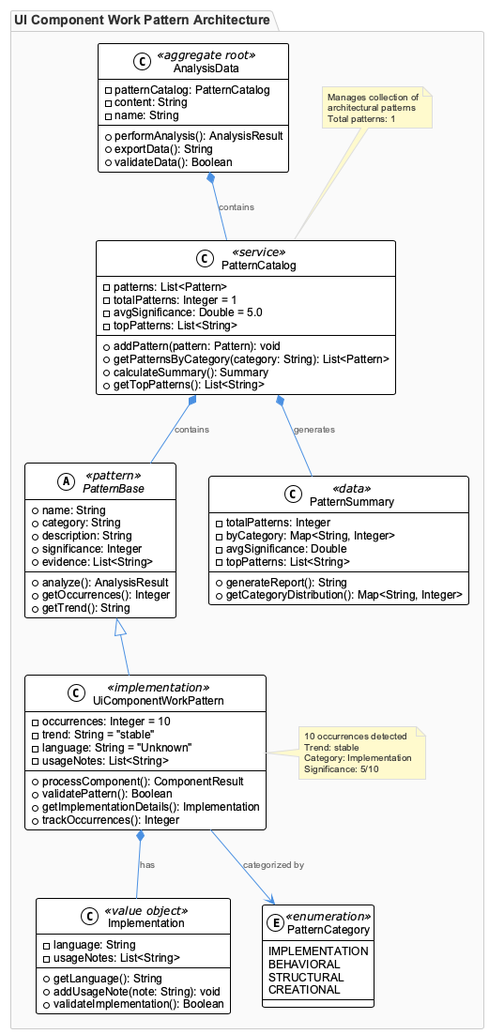
Before: knowledge-management/insights/images/ui-component-work-pattern-class.png, a diagram exported from PlantUML (fwornle/coding).
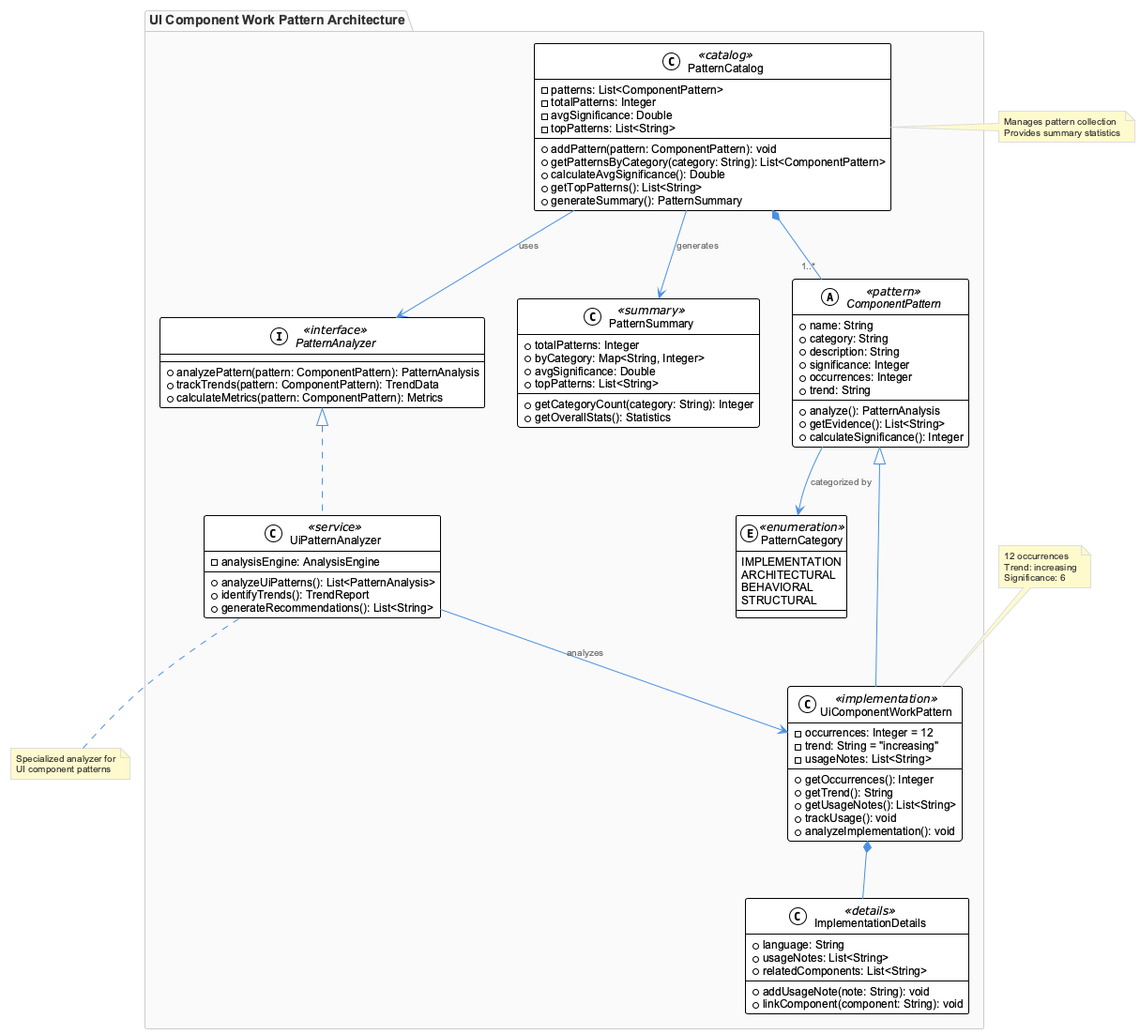
The same diagram one commit later.

The edit, as a diff of the source:
```diff
@@ -3,96 +3,96 @@
 
 package "UI Component Work Pattern Architecture" {
 
-    abstract class PatternBase <<pattern>> {
+    abstract class ComponentPattern <<pattern>> {
         +name: String
         +category: String
         +description: String
         +significance: Integer
-        +evidence: List<String>
+        +occurrences: Integer
+        +trend: String
         --
-        +analyze(): AnalysisResult
-        +getOccurrences(): Integer
-        +getTrend(): String
+        +analyze(): PatternAnalysis
+        +getEvidence(): List<String>
+        +calculateSignificance(): Integer
     }
 
     class UiComponentWorkPattern <<implementation>> {
-        -occurrences: Integer = 10
-        -trend: String = "stable"
-        -language: String = "Unknown"
+        -occurrences: Integer = 12
+        -trend: String = "increasing"
         -usageNotes: List<String>
         --
-        +processComponent(): ComponentResult
-        +validatePattern(): Boolean
-        +getImplementationDetails(): Implementation
-        +trackOccurrences(): Integer
+        +getOccurrences(): Integer
+        +getTrend(): String
+        +getUsageNotes(): List<String>
+        +trackUsage(): void
+        +analyzeImplementation(): void
     }
 
-    class PatternCatalog <<service>> {
-        -patterns: List<Pattern>
-        -totalPatterns: Integer = 1
-        -avgSignificance: Double = 5.0
-        -topPatterns: List<String>
-        --
-        +addPattern(pattern: Pattern): void
-        +getPatternsByCategory(category: String): List<Pattern>
-        +calculateSummary(): Summary
-        +getTopPatterns(): List<String>
-    }
-
-    class Implementation <<value object>> {
-        -language: String
-        -usageNotes: List<String>
-        --
-        +getLanguage(): String
-        +addUsageNote(note: String): void
-        +validateImplementation(): Boolean
-    }
-
-    class PatternSummary <<data>> {
+    class PatternCatalog <<catalog>> {
+        -patterns: List<ComponentPattern>
         -totalPatterns: Integer
-        -byCategory: Map<String, Integer>
         -avgSignificance: Double
         -topPatterns: List<String>
         --
-        +generateReport(): String
-        +getCategoryDistribution(): Map<String, Integer>
+        +addPattern(pattern: ComponentPattern): void
+        +getPatternsByCategory(category: String): List<ComponentPattern>
+        +calculateAvgSignificance(): Double
+        +getTopPatterns(): List<String>
+        +generateSummary(): PatternSummary
+    }
+
+    class PatternSummary <<summary>> {
+        +totalPatterns: Integer
+        +byCategory: Map<String, Integer>
+        +avgSignificance: Double
+        +topPatterns: List<String>
+        --
+        +getCategoryCount(category: String): Integer
+        +getOverallStats(): Statistics
     }
 
     enum PatternCategory <<enumeration>> {
         IMPLEMENTATION
+        ARCHITECTURAL
         BEHAVIORAL
         STRUCTURAL
-        CREATIONAL
     }
 
-    class AnalysisData <<aggregate root>> {
-        -patternCatalog: PatternCatalog
-        -content: String
-        -name: String
+    class ImplementationDetails <<details>> {
+        +language: String
+        +usageNotes: List<String>
+        +relatedComponents: List<String>
         --
-        +performAnalysis(): AnalysisResult
-        +exportData(): String
-        +validateData(): Boolean
+        +addUsageNote(note: String): void
+        +linkComponent(component: String): void
     }
 
-    PatternBase <|-- UiComponentWorkPattern
-    PatternCatalog *-- PatternBase : contains
-    PatternCatalog *-- PatternSummary : generates
-    UiComponentWorkPattern *-- Implementation : has
-    UiComponentWorkPattern --> PatternCategory : categorized by
-    AnalysisData *-- PatternCatalog : contains
+    interface PatternAnalyzer <<interface>> {
+        +analyzePattern(pattern: ComponentPattern): PatternAnalysis
+        +trackTrends(pattern: ComponentPattern): TrendData
+        +calculateMetrics(pattern: ComponentPattern): Metrics
+    }
 
-    note right of UiComponentWorkPattern
-        10 occurrences detected
-        Trend: stable
-        Category: Implementation
-        Significance: 5/10
-    end note
+    class UiPatternAnalyzer <<service>> {
+        -analysisEngine: AnalysisEngine
+        --
+        +analyzeUiPatterns(): List<PatternAnalysis>
+        +identifyTrends(): TrendReport
+        +generateRecommendations(): List<String>
+    }
+}
 
-    note top of PatternCatalog
-        Manages collection of
-        architectural patterns
-        Total patterns: 1
-    end note
-}
+ComponentPattern <|-- UiComponentWorkPattern
+PatternCatalog *-- "1..*" ComponentPattern
+PatternCatalog --> PatternSummary : generates
+ComponentPattern --> PatternCategory : categorized by
+UiComponentWorkPattern *-- ImplementationDetails
+PatternAnalyzer <|.. UiPatternAnalyzer
+UiPatternAnalyzer --> UiComponentWorkPattern : analyzes
+PatternCatalog --> PatternAnalyzer : uses
+
+note top of UiComponentWorkPattern : 12 occurrences\nTrend: increasing\nSignificance: 6
+note right of PatternCatalog : Manages pattern collection\nProvides summary statistics
+note bottom of UiPatternAnalyzer : Specialized analyzer for\nUI component patterns
+
 @enduml
```
